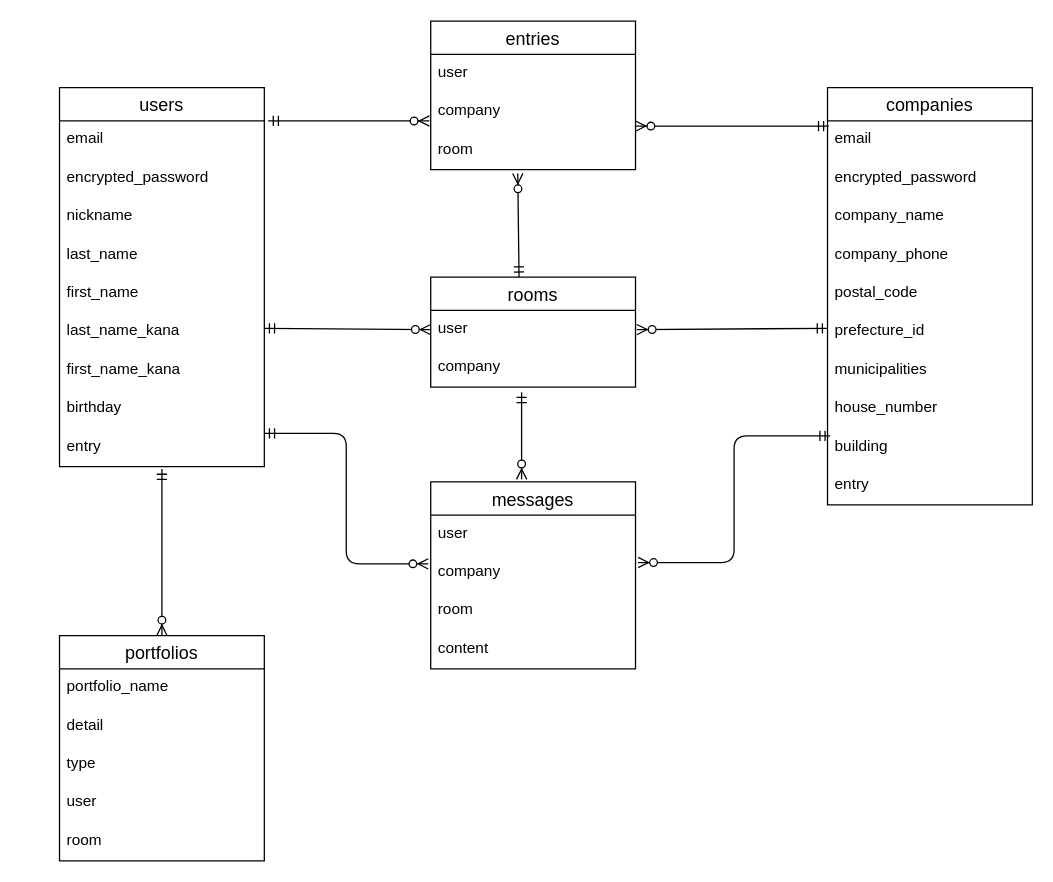
Before: howmuch.dio in junta-nakamura/Howmuch3, a draw.io diagram. Source tidied: cells renumbered, new cells numbered last; positions are measured from the earlier drawing's top-left corner, leaving out a move shared by most shapes. Both pictures are drawn from the tidied source at 128%, with x=0, y=0 at pixel (59, 20).
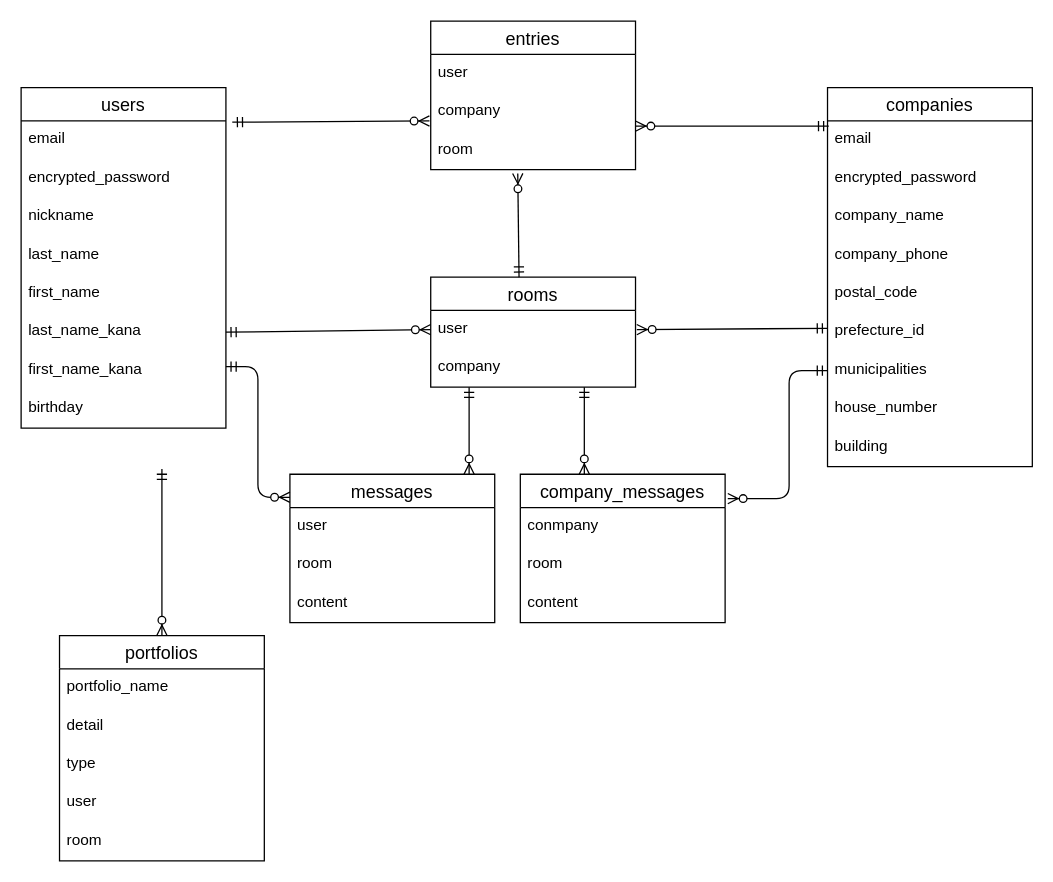
The same page after the edit.

Unchanged cells that the change refers to:
```xml
<mxCell id="13" value="municipalities" style="text;strokeColor=none;fillColor=none;spacingLeft=4;spacingRight=4;overflow=hidden;points=[[0,0.5],[1,0.5]];portConstraint=eastwest;fontSize=12;" parent="6" vertex="1">
  <mxGeometry y="206" width="160" height="30" as="geometry" />
</mxCell>
<mxCell id="15" value="building" style="text;strokeColor=none;fillColor=none;spacingLeft=4;spacingRight=4;overflow=hidden;points=[[0,0.5],[1,0.5]];portConstraint=eastwest;fontSize=12;" parent="6" vertex="1">
  <mxGeometry y="266" width="160" height="30" as="geometry" />
</mxCell>
<mxCell id="24" value="email" style="text;strokeColor=none;fillColor=none;spacingLeft=4;spacingRight=4;overflow=hidden;points=[[0,0.5],[1,0.5]];portConstraint=eastwest;fontSize=12;" parent="23" vertex="1">
  <mxGeometry y="26" width="160" height="30" as="geometry" />
</mxCell>
<mxCell id="29" value="last_name_kana" style="text;strokeColor=none;fillColor=none;spacingLeft=4;spacingRight=4;overflow=hidden;points=[[0,0.5],[1,0.5]];portConstraint=eastwest;fontSize=12;" parent="23" vertex="1">
  <mxGeometry y="176" width="160" height="30" as="geometry" />
</mxCell>
<mxCell id="34" value="user" style="text;strokeColor=none;fillColor=none;spacingLeft=4;spacingRight=4;overflow=hidden;points=[[0,0.5],[1,0.5]];portConstraint=eastwest;fontSize=12;" parent="33" vertex="1">
  <mxGeometry y="26" width="160" height="30" as="geometry" />
</mxCell>
```

The edit, as a diff of the source:
```diff
@@
     <mxCell id="6" value="companies" style="swimlane;fontStyle=0;horizontal=1;startSize=26;align=center;fontSize=14;" parent="1" vertex="1">
-      <mxGeometry x="600" y="52" width="160" height="326" as="geometry" />
+      <mxGeometry x="600" y="52" width="160" height="296" as="geometry" />
     </mxCell>
@@
-    <mxCell id="16" value="entry" style="text;strokeColor=none;fillColor=none;spacingLeft=4;spacingRight=4;overflow=hidden;fontSize=12;" parent="6" vertex="1">
-      <mxGeometry y="296" width="160" height="30" as="geometry" />
-    </mxCell>
@@
     <mxCell id="23" value="users" style="swimlane;fontStyle=0;horizontal=1;startSize=26;align=center;fontSize=14;" parent="1" vertex="1">
-      <mxGeometry y="52" width="160" height="296" as="geometry" />
+      <mxGeometry x="-30" y="52" width="160" height="266" as="geometry" />
     </mxCell>
@@
-    <mxCell id="32" value="entry" style="text;strokeColor=none;fillColor=none;spacingLeft=4;spacingRight=4;overflow=hidden;fontSize=12;" parent="23" vertex="1">
-      <mxGeometry y="266" width="160" height="30" as="geometry" />
-    </mxCell>
@@
-    <mxCell id="37" style="fontSize=12;html=1;endArrow=ERzeroToMany;startArrow=ERmandOne;exitX=1.025;exitY=0;exitDx=0;exitDy=0;exitPerimeter=0;" parent="1" edge="1">
+    <mxCell id="37" style="fontSize=12;html=1;endArrow=ERzeroToMany;startArrow=ERmandOne;exitX=1.031;exitY=0.033;exitDx=0;exitDy=0;exitPerimeter=0;" parent="1" edge="1" source="24">
       <mxGeometry relative="1" as="geometry">
-        <mxPoint x="163" y="78" as="sourcePoint" />
         <mxPoint x="289" y="78" as="targetPoint" />
       </mxGeometry>
     </mxCell>
-    <mxCell id="38" style="fontSize=12;html=1;endArrow=ERzeroToMany;startArrow=ERmandOne;entryX=0;entryY=0.5;entryDx=0;entryDy=0;" parent="1" edge="1" target="34">
-      <mxGeometry relative="1" as="geometry">
-        <mxPoint x="160" y="240" as="sourcePoint" />
-      </mxGeometry>
+    <mxCell id="38" style="fontSize=12;html=1;endArrow=ERzeroToMany;startArrow=ERmandOne;entryX=0;entryY=0.5;entryDx=0;entryDy=0;exitX=1;exitY=0.5;exitDx=0;exitDy=0;" parent="1" edge="1" source="29" target="34">
+      <mxGeometry relative="1" as="geometry" />
     </mxCell>
@@
     <mxCell id="41" value="messages" style="swimlane;fontStyle=0;horizontal=1;startSize=26;align=center;fontSize=14;" parent="1" vertex="1">
-      <mxGeometry x="290" y="360" width="160" height="146" as="geometry" />
+      <mxGeometry x="180" y="354" width="160" height="116" as="geometry" />
     </mxCell>
@@
-    <mxCell id="43" value="company" style="text;strokeColor=none;fillColor=none;spacingLeft=4;spacingRight=4;overflow=hidden;points=[[0,0.5],[1,0.5]];portConstraint=eastwest;fontSize=12;" parent="41" vertex="1">
-      <mxGeometry y="56" width="160" height="30" as="geometry" />
-    </mxCell>
     <mxCell id="44" value="room" style="text;strokeColor=none;fillColor=none;spacingLeft=4;spacingRight=4;overflow=hidden;fontSize=12;" parent="41" vertex="1">
-      <mxGeometry y="86" width="160" height="30" as="geometry" />
+      <mxGeometry y="56" width="160" height="30" as="geometry" />
     </mxCell>
     <mxCell id="45" value="content" style="text;strokeColor=none;fillColor=none;spacingLeft=4;spacingRight=4;overflow=hidden;fontSize=12;" parent="41" vertex="1">
-      <mxGeometry y="116" width="160" height="30" as="geometry" />
+      <mxGeometry y="86" width="160" height="30" as="geometry" />
     </mxCell>
-    <mxCell id="46" style="edgeStyle=elbowEdgeStyle;fontSize=12;html=1;endArrow=ERzeroToMany;startArrow=ERmandOne;exitX=0.013;exitY=0.2;exitDx=0;exitDy=0;exitPerimeter=0;entryX=1.013;entryY=0.233;entryDx=0;entryDy=0;entryPerimeter=0;" parent="1" edge="1" source="15" target="43">
-      <mxGeometry relative="1" as="geometry" />
+    <mxCell id="46" style="edgeStyle=elbowEdgeStyle;fontSize=12;html=1;endArrow=ERzeroToMany;startArrow=ERmandOne;exitX=0;exitY=0.5;exitDx=0;exitDy=0;entryX=1.013;entryY=0.164;entryDx=0;entryDy=0;entryPerimeter=0;" parent="1" edge="1" source="13" target="50">
+      <mxGeometry relative="1" as="geometry">
+        <Array as="points">
+          <mxPoint x="570" y="423" />
+        </Array>
+      </mxGeometry>
     </mxCell>
-    <mxCell id="47" style="edgeStyle=elbowEdgeStyle;fontSize=12;html=1;endArrow=ERzeroToMany;startArrow=ERmandOne;entryX=-0.012;entryY=0.267;entryDx=0;entryDy=0;entryPerimeter=0;" parent="1" edge="1" target="43">
+    <mxCell id="47" style="edgeStyle=elbowEdgeStyle;fontSize=12;html=1;endArrow=ERzeroToMany;startArrow=ERmandOne;" parent="1" edge="1">
       <mxGeometry relative="1" as="geometry">
-        <mxPoint x="160" y="322" as="sourcePoint" />
+        <mxPoint x="130" y="270" as="sourcePoint" />
+        <mxPoint x="180" y="372" as="targetPoint" />
       </mxGeometry>
     </mxCell>
     <mxCell id="48" style="fontSize=12;html=1;endArrow=ERzeroToMany;startArrow=ERmandOne;entryX=0.45;entryY=-0.014;entryDx=0;entryDy=0;entryPerimeter=0;" parent="1" edge="1">
       <mxGeometry relative="1" as="geometry">
-        <mxPoint x="361" y="290" as="sourcePoint" />
-        <mxPoint x="361" y="358" as="targetPoint" />
+        <mxPoint x="320" y="286" as="sourcePoint" />
+        <mxPoint x="320" y="354" as="targetPoint" />
       </mxGeometry>
     </mxCell>
@@
+    <mxCell id="50" value="company_messages" style="swimlane;fontStyle=0;horizontal=1;startSize=26;align=center;fontSize=14;" parent="1" vertex="1">
+      <mxGeometry x="360" y="354" width="160" height="116" as="geometry" />
+    </mxCell>
+    <mxCell id="51" value="conmpany" style="text;strokeColor=none;fillColor=none;spacingLeft=4;spacingRight=4;overflow=hidden;fontSize=12;" parent="50" vertex="1">
+      <mxGeometry y="26" width="160" height="30" as="geometry" />
+    </mxCell>
+    <mxCell id="52" value="room" style="text;strokeColor=none;fillColor=none;spacingLeft=4;spacingRight=4;overflow=hidden;fontSize=12;" parent="50" vertex="1">
+      <mxGeometry y="56" width="160" height="30" as="geometry" />
+    </mxCell>
+    <mxCell id="53" value="content" style="text;strokeColor=none;fillColor=none;spacingLeft=4;spacingRight=4;overflow=hidden;fontSize=12;" parent="50" vertex="1">
+      <mxGeometry y="86" width="160" height="30" as="geometry" />
+    </mxCell>
+    <mxCell id="54" style="fontSize=12;html=1;endArrow=ERzeroToMany;startArrow=ERmandOne;entryX=0.45;entryY=-0.014;entryDx=0;entryDy=0;entryPerimeter=0;" parent="1" edge="1">
+      <mxGeometry relative="1" as="geometry">
+        <mxPoint x="410" y="286" as="sourcePoint" />
+        <mxPoint x="410" y="354" as="targetPoint" />
+      </mxGeometry>
+    </mxCell>
```
